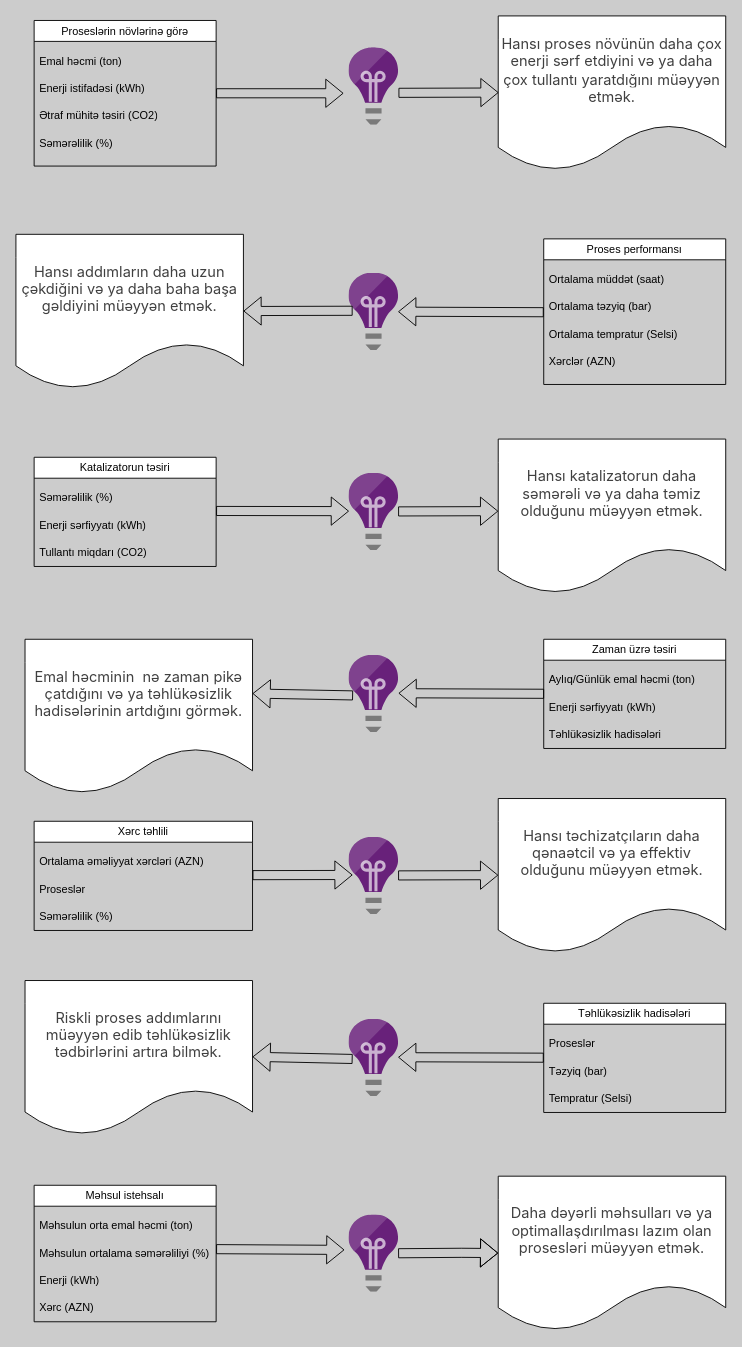
Mirheybet/bptest keeps this draw.io diagram as Untitled Diagram.drawio. Above is the earlier version. Source tidied: cells renumbered, new cells numbered last; positions are measured from the earlier drawing's top-left corner, leaving out a move shared by most shapes. Both pictures are drawn from the tidied source at 91%, with x=0, y=0 at pixel (15, 15).
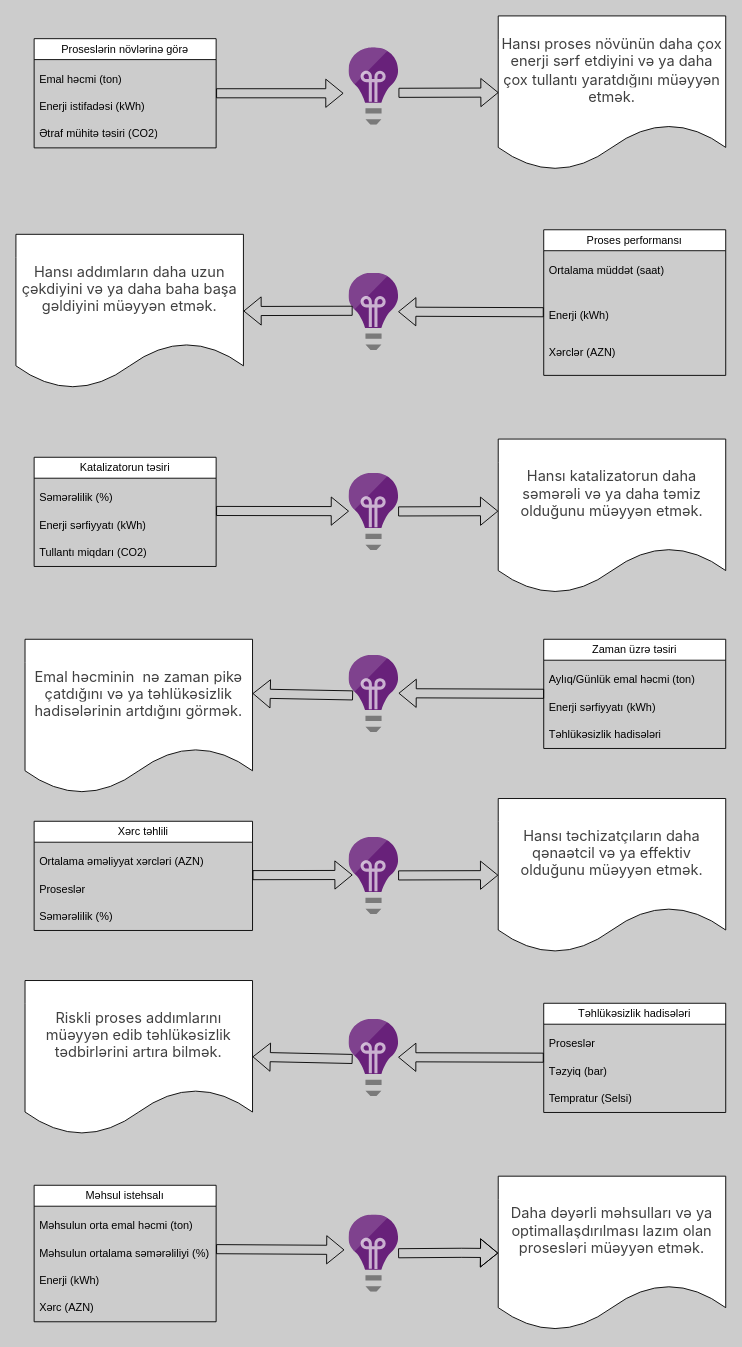
The same diagram, later.

Change to the diagram source:
```diff
@@
     <mxCell id="2" value="&lt;span style=&quot;font-weight: 400;&quot;&gt;Proseslərin növlərinə görə&lt;/span&gt;" style="swimlane;whiteSpace=wrap;html=1;" parent="1" vertex="1">
-      <mxGeometry x="20" y="5" width="200" height="160" as="geometry" />
+      <mxGeometry x="20" y="25" width="200" height="120" as="geometry" />
     </mxCell>
@@
-    <mxCell id="6" value="Səmərəlilik (%)" style="text;strokeColor=none;fillColor=none;align=left;verticalAlign=middle;spacingLeft=4;spacingRight=4;overflow=hidden;whiteSpace=wrap;html=1;" parent="2" vertex="1">
-      <mxGeometry y="120" width="160" height="30" as="geometry" />
-    </mxCell>
     <mxCell id="7" value="&lt;span style=&quot;font-weight: 400;&quot;&gt;Proses performansı&lt;/span&gt;" style="swimlane;whiteSpace=wrap;html=1;" parent="1" vertex="1">
-      <mxGeometry x="580" y="245" width="200" height="160" as="geometry" />
+      <mxGeometry x="580" y="235" width="200" height="160" as="geometry" />
     </mxCell>
@@
-    <mxCell id="9" value="Ortalama təzyiq (bar)" style="text;strokeColor=none;fillColor=none;align=left;verticalAlign=middle;spacingLeft=4;spacingRight=4;overflow=hidden;whiteSpace=wrap;html=1;" parent="7" vertex="1">
-      <mxGeometry y="60" width="160" height="30" as="geometry" />
-    </mxCell>
@@
-    <mxCell id="11" value="Ortalama tempratur (Selsi)" style="text;strokeColor=none;fillColor=none;align=left;verticalAlign=middle;spacingLeft=4;spacingRight=4;overflow=hidden;whiteSpace=wrap;html=1;" parent="7" vertex="1">
-      <mxGeometry y="90" width="160" height="30" as="geometry" />
-    </mxCell>
+    <mxCell id="61" value="Enerji (kWh&lt;span style=&quot;background-color: transparent; color: light-dark(rgb(0, 0, 0), rgb(255, 255, 255));&quot;&gt;)&lt;/span&gt;" style="text;strokeColor=none;fillColor=none;align=left;verticalAlign=middle;spacingLeft=4;spacingRight=4;overflow=hidden;whiteSpace=wrap;html=1;" parent="7" vertex="1">
+      <mxGeometry y="80" width="160" height="30" as="geometry" />
+    </mxCell>
@@
-    <mxCell id="41" value="&lt;br&gt;&lt;span style=&quot;color: rgb(64, 64, 64); font-family: DeepSeek-CJK-patch, Inter, system-ui, -apple-system, BlinkMacSystemFont, &amp;quot;Segoe UI&amp;quot;, Roboto, &amp;quot;Noto Sans&amp;quot;, Ubuntu, Cantarell, &amp;quot;Helvetica Neue&amp;quot;, Oxygen, &amp;quot;Open Sans&amp;quot;, sans-serif; font-size: 16.002px; font-style: normal; font-variant-ligatures: normal; font-variant-caps: normal; font-weight: 400; letter-spacing: normal; orphans: 2; text-align: start; text-indent: 0px; text-transform: none; widows: 2; word-spacing: 0px; -webkit-text-stroke-width: 0px; white-space: normal; background-color: rgb(255, 255, 255); text-decoration-thickness: initial; text-decoration-style: initial; text-decoration-color: initial; float: none; display: inline !important;&quot;&gt;Hansı addımların daha uzun çəkdiğini və ya daha baha başa gəldiyini müəyyən etmək.&lt;/span&gt;&lt;div&gt;&lt;br/&gt;&lt;/div&gt;" style="shape=document;whiteSpace=wrap;html=1;boundedLbl=1;" parent="1" vertex="1">
+    <mxCell id="41" value="&lt;br&gt;&lt;span style=&quot;color: rgb(64, 64, 64); font-family: DeepSeek-CJK-patch, Inter, system-ui, -apple-system, BlinkMacSystemFont, &amp;quot;Segoe UI&amp;quot;, Roboto, &amp;quot;Noto Sans&amp;quot;, Ubuntu, Cantarell, &amp;quot;Helvetica Neue&amp;quot;, Oxygen, &amp;quot;Open Sans&amp;quot;, sans-serif; font-size: 16.002px; font-style: normal; font-variant-ligatures: normal; font-variant-caps: normal; font-weight: 400; letter-spacing: normal; orphans: 2; text-align: start; text-indent: 0px; text-transform: none; widows: 2; word-spacing: 0px; -webkit-text-stroke-width: 0px; white-space: normal; background-color: rgb(255, 255, 255); text-decoration-thickness: initial; text-decoration-style: initial; text-decoration-color: initial; float: none; display: inline !important;&quot;&gt;Hansı addımların daha uzun çəkdiy&lt;/span&gt;&lt;span style=&quot;background-color: light-dark(rgb(255, 255, 255), rgb(18, 18, 18)); color: light-dark(rgb(64, 64, 64), rgb(182, 182, 182)); font-family: DeepSeek-CJK-patch, Inter, system-ui, -apple-system, BlinkMacSystemFont, &amp;quot;Segoe UI&amp;quot;, Roboto, &amp;quot;Noto Sans&amp;quot;, Ubuntu, Cantarell, &amp;quot;Helvetica Neue&amp;quot;, Oxygen, &amp;quot;Open Sans&amp;quot;, sans-serif; font-size: 16.002px; text-align: start;&quot;&gt;ini və ya daha baha başa gəldiyini müəyyən etmək.&lt;/span&gt;&lt;div&gt;&lt;div&gt;&lt;br&gt;&lt;/div&gt;&lt;/div&gt;" style="shape=document;whiteSpace=wrap;html=1;boundedLbl=1;" parent="1" vertex="1">
       <mxGeometry y="240" width="250" height="170" as="geometry" />
     </mxCell>
```
